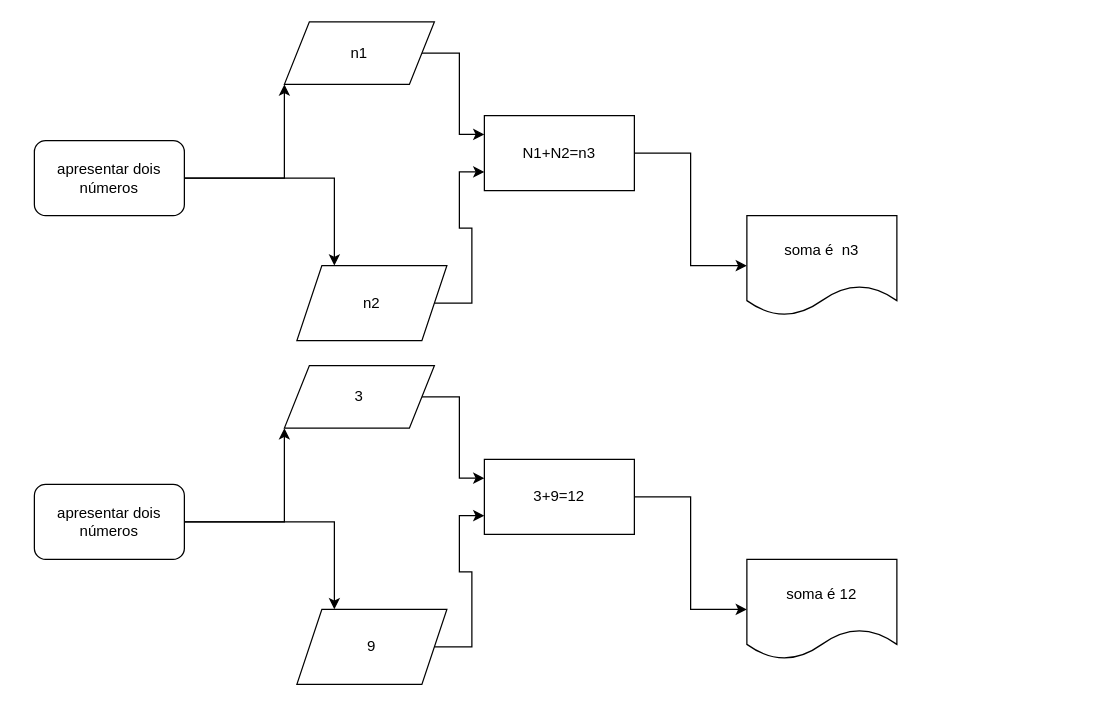
The draw.io diagram Untitled Diagram.drawio in Lord-GC/mdc118, before the edit. Source tidied: cells renumbered, new cells numbered last; positions are measured from the earlier drawing's top-left corner, leaving out a move shared by most shapes. Both pictures are drawn from the tidied source at 125%, with x=0, y=0 at pixel (34, 21).
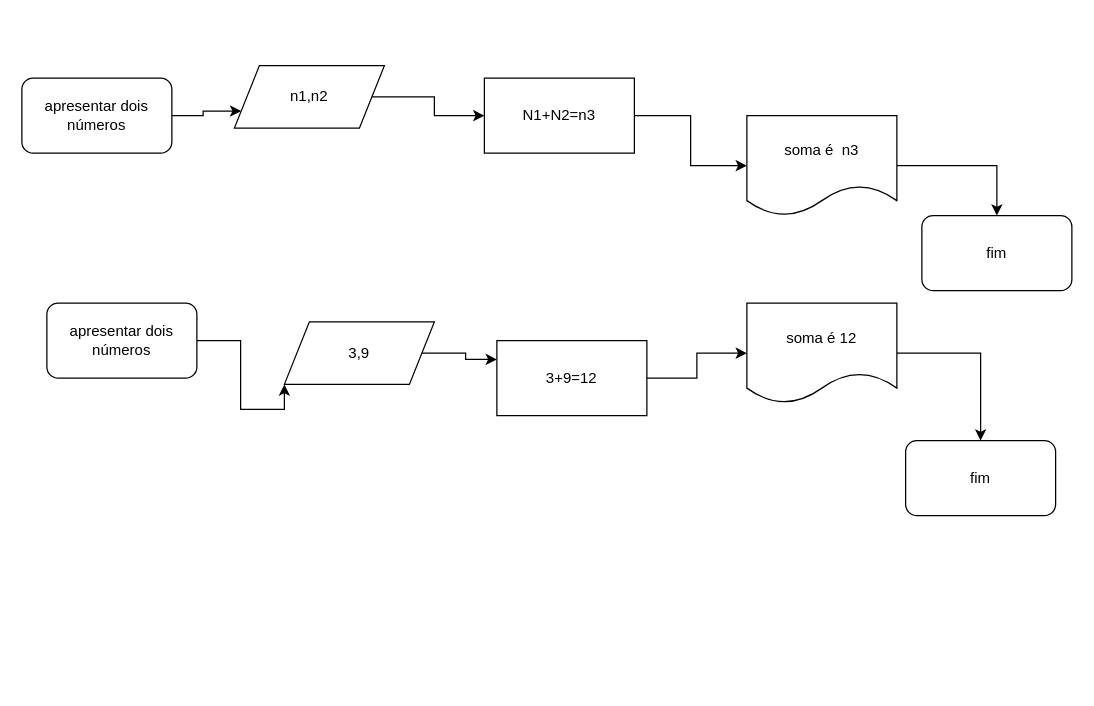
The same diagram, later.

The edit, as a diff of the source:
```diff
@@
-    <mxCell id="2" style="edgeStyle=orthogonalEdgeStyle;rounded=0;jettySize=auto;html=1;entryX=0;entryY=1;entryDx=0;entryDy=0;" parent="1" edge="1" source="4" target="6">
+    <mxCell id="2" style="edgeStyle=orthogonalEdgeStyle;rounded=0;jettySize=auto;html=1;entryX=0;entryY=0.75;entryDx=0;entryDy=0;" parent="1" edge="1" source="4" target="6">
       <mxGeometry relative="1" as="geometry" />
     </mxCell>
-    <mxCell id="3" style="edgeStyle=orthogonalEdgeStyle;rounded=0;jettySize=auto;html=1;entryX=0.25;entryY=0;entryDx=0;entryDy=0;" parent="1" edge="1" source="4" target="8">
-      <mxGeometry relative="1" as="geometry" />
-    </mxCell>
     <mxCell id="4" value="apresentar dois números" style="rounded=1;whiteSpace=wrap;html=1;" parent="1" vertex="1">
-      <mxGeometry y="95" width="120" height="60" as="geometry" />
+      <mxGeometry x="-10" y="45" width="120" height="60" as="geometry" />
     </mxCell>
-    <mxCell id="5" style="edgeStyle=orthogonalEdgeStyle;rounded=0;jettySize=auto;html=1;entryX=0;entryY=0.25;entryDx=0;entryDy=0;" parent="1" edge="1" source="6" target="10">
+    <mxCell id="5" style="edgeStyle=orthogonalEdgeStyle;rounded=0;jettySize=auto;html=1;entryX=0;entryY=0.5;entryDx=0;entryDy=0;" parent="1" edge="1" source="6" target="10">
       <mxGeometry relative="1" as="geometry" />
     </mxCell>
-    <mxCell id="6" value="n1" style="shape=parallelogram;perimeter=parallelogramPerimeter;whiteSpace=wrap;html=1;fixedSize=1;" parent="1" vertex="1">
-      <mxGeometry x="200" width="120" height="50" as="geometry" />
+    <mxCell id="6" value="n1,n2" style="shape=parallelogram;perimeter=parallelogramPerimeter;whiteSpace=wrap;html=1;fixedSize=1;" parent="1" vertex="1">
+      <mxGeometry x="160" y="35" width="120" height="50" as="geometry" />
     </mxCell>
-    <mxCell id="7" style="edgeStyle=orthogonalEdgeStyle;rounded=0;jettySize=auto;html=1;entryX=0;entryY=0.75;entryDx=0;entryDy=0;" parent="1" edge="1" source="8" target="10">
-      <mxGeometry relative="1" as="geometry" />
-    </mxCell>
-    <mxCell id="8" value="n2" style="shape=parallelogram;perimeter=parallelogramPerimeter;whiteSpace=wrap;html=1;fixedSize=1;" parent="1" vertex="1">
-      <mxGeometry x="210" y="195" width="120" height="60" as="geometry" />
-    </mxCell>
@@
     <mxCell id="10" value="N1+N2=n3" style="rounded=0;whiteSpace=wrap;html=1;" parent="1" vertex="1">
-      <mxGeometry x="360" y="75" width="120" height="60" as="geometry" />
+      <mxGeometry x="360" y="45" width="120" height="60" as="geometry" />
     </mxCell>
+    <mxCell id="22" style="edgeStyle=orthogonalEdgeStyle;rounded=0;jettySize=auto;html=1;entryX=0.5;entryY=0;entryDx=0;entryDy=0;" parent="1" edge="1" source="11" target="25">
+      <mxGeometry relative="1" as="geometry" />
+    </mxCell>
     <mxCell id="11" value="soma é&amp;nbsp; n3" style="shape=document;whiteSpace=wrap;html=1;boundedLbl=1;" parent="1" vertex="1">
-      <mxGeometry x="570" y="155" width="120" height="80" as="geometry" />
+      <mxGeometry x="570" y="75" width="120" height="80" as="geometry" />
     </mxCell>
@@
-    <mxCell id="13" style="edgeStyle=orthogonalEdgeStyle;rounded=0;jettySize=auto;html=1;entryX=0.25;entryY=0;entryDx=0;entryDy=0;" parent="1" edge="1" source="14" target="18">
-      <mxGeometry relative="1" as="geometry" />
-    </mxCell>
     <mxCell id="14" value="apresentar dois números" style="rounded=1;whiteSpace=wrap;html=1;" parent="1" vertex="1">
-      <mxGeometry y="370" width="120" height="60" as="geometry" />
+      <mxGeometry x="10" y="225" width="120" height="60" as="geometry" />
     </mxCell>
@@
-    <mxCell id="16" value="3" style="shape=parallelogram;perimeter=parallelogramPerimeter;whiteSpace=wrap;html=1;fixedSize=1;" parent="1" vertex="1">
-      <mxGeometry x="200" y="275" width="120" height="50" as="geometry" />
+    <mxCell id="16" value="3,9" style="shape=parallelogram;perimeter=parallelogramPerimeter;whiteSpace=wrap;html=1;fixedSize=1;" parent="1" vertex="1">
+      <mxGeometry x="200" y="240" width="120" height="50" as="geometry" />
     </mxCell>
-    <mxCell id="17" style="edgeStyle=orthogonalEdgeStyle;rounded=0;jettySize=auto;html=1;entryX=0;entryY=0.75;entryDx=0;entryDy=0;" parent="1" edge="1" source="18" target="20">
-      <mxGeometry relative="1" as="geometry" />
-    </mxCell>
-    <mxCell id="18" value="9" style="shape=parallelogram;perimeter=parallelogramPerimeter;whiteSpace=wrap;html=1;fixedSize=1;" parent="1" vertex="1">
-      <mxGeometry x="210" y="470" width="120" height="60" as="geometry" />
-    </mxCell>
@@
     <mxCell id="20" value="3+9=12" style="rounded=0;whiteSpace=wrap;html=1;" parent="1" vertex="1">
-      <mxGeometry x="360" y="350" width="120" height="60" as="geometry" />
+      <mxGeometry x="370" y="255" width="120" height="60" as="geometry" />
     </mxCell>
+    <mxCell id="23" style="edgeStyle=orthogonalEdgeStyle;rounded=0;jettySize=auto;html=1;entryX=0.5;entryY=0;entryDx=0;entryDy=0;" parent="1" edge="1" source="21" target="24">
+      <mxGeometry relative="1" as="geometry" />
+    </mxCell>
     <mxCell id="21" value="soma é 12" style="shape=document;whiteSpace=wrap;html=1;boundedLbl=1;" parent="1" vertex="1">
-      <mxGeometry x="570" y="430" width="120" height="80" as="geometry" />
+      <mxGeometry x="570" y="225" width="120" height="80" as="geometry" />
     </mxCell>
+    <mxCell id="24" value="fim" style="rounded=1;whiteSpace=wrap;html=1;" parent="1" vertex="1">
+      <mxGeometry x="697" y="335" width="120" height="60" as="geometry" />
+    </mxCell>
+    <mxCell id="25" value="fim" style="rounded=1;whiteSpace=wrap;html=1;" parent="1" vertex="1">
+      <mxGeometry x="710" y="155" width="120" height="60" as="geometry" />
+    </mxCell>
```
